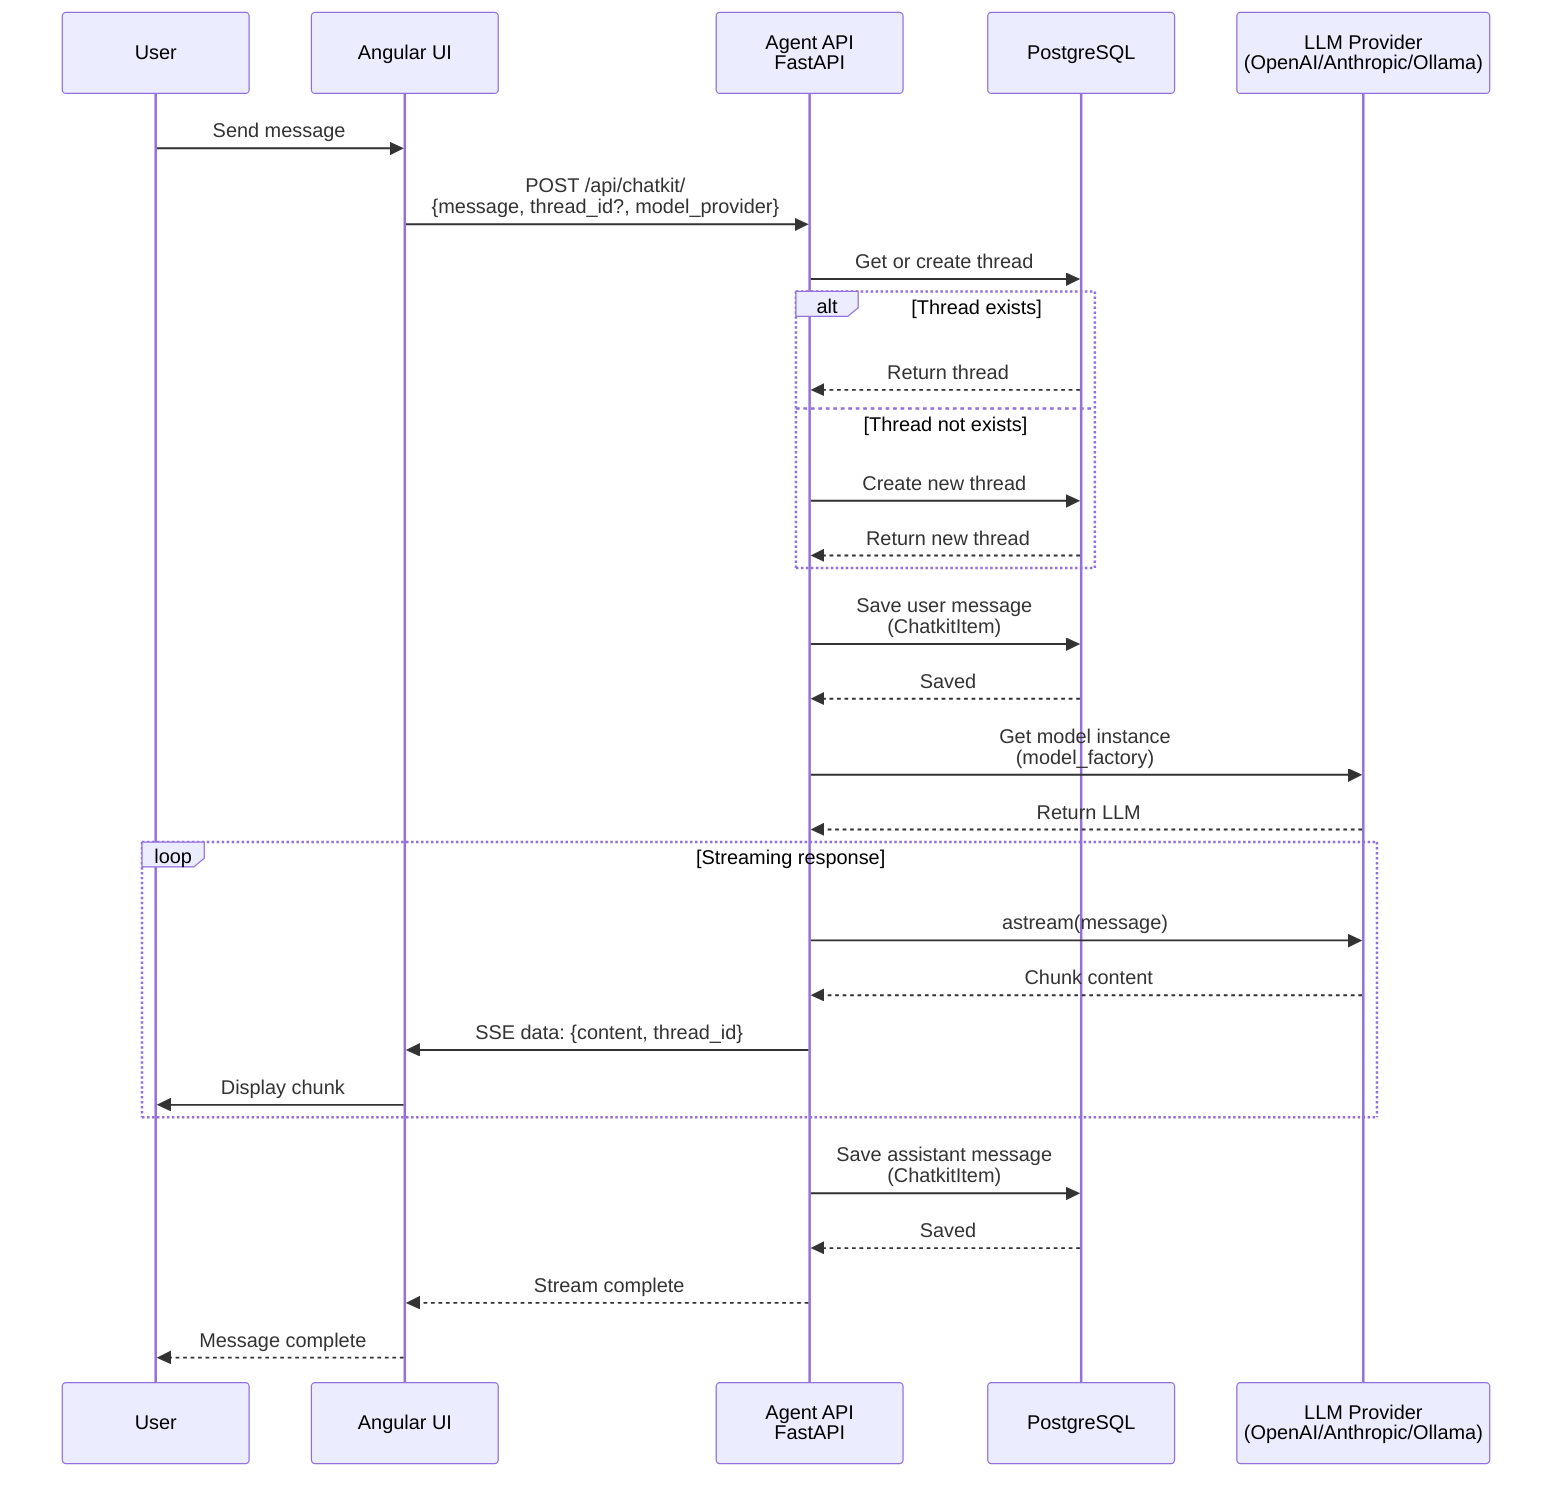
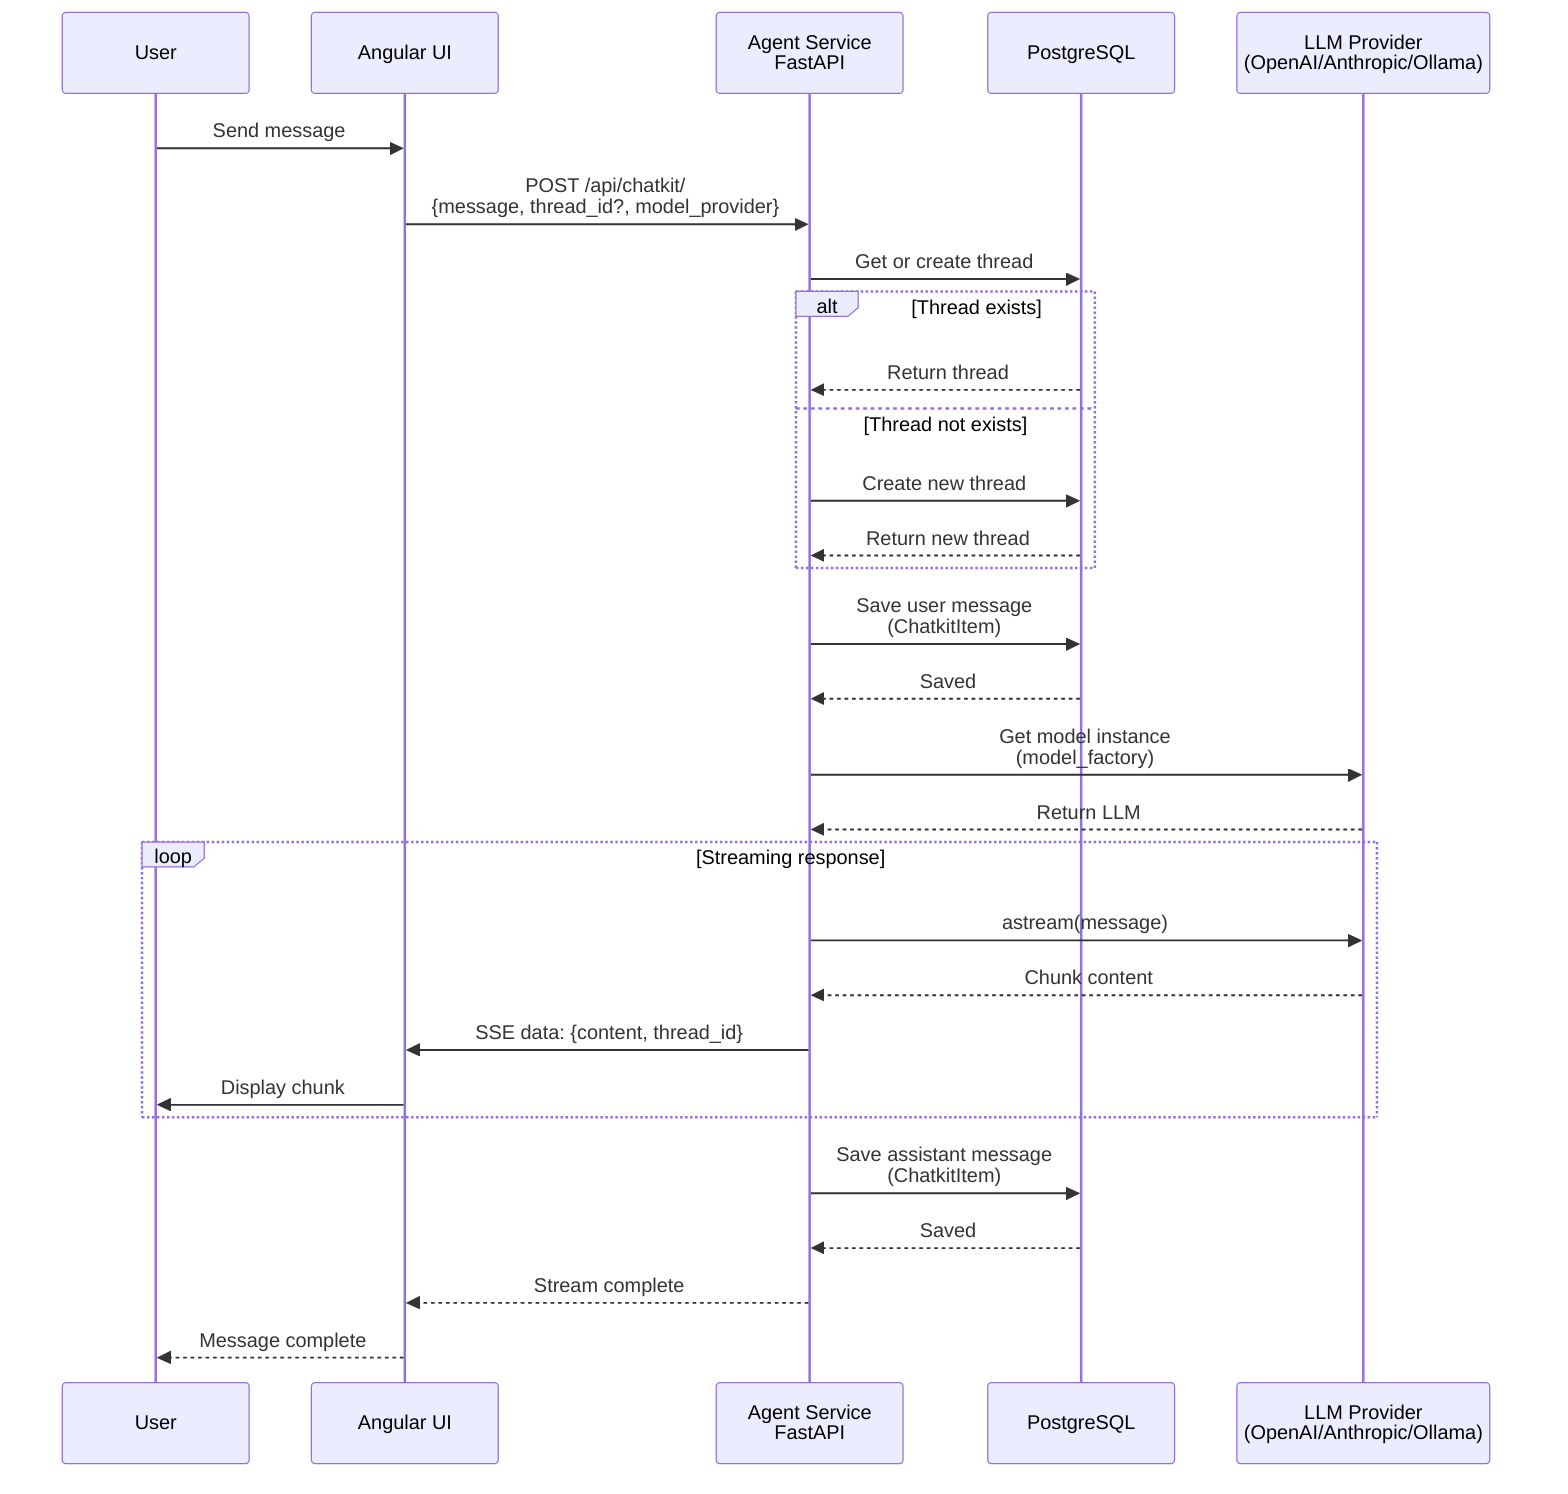
sequenceDiagram
    participant User
    participant WebUI as Angular UI
-     participant AgentAPI as Agent API<br/>FastAPI
+     participant AgentService as Agent Service<br/>FastAPI
    participant PostgreSQL as PostgreSQL
    participant LLM as LLM Provider<br/>(OpenAI/Anthropic/Ollama)

    User->>WebUI: Send message
-     WebUI->>AgentAPI: POST /api/chatkit/<br/>{message, thread_id?, model_provider}
+     WebUI->>AgentService: POST /api/chatkit/<br/>{message, thread_id?, model_provider}

-     AgentAPI->>PostgreSQL: Get or create thread
+     AgentService->>PostgreSQL: Get or create thread
    alt Thread exists
-         PostgreSQL-->>AgentAPI: Return thread
+         PostgreSQL-->>AgentService: Return thread
    else Thread not exists
-         AgentAPI->>PostgreSQL: Create new thread
-         PostgreSQL-->>AgentAPI: Return new thread
+         AgentService->>PostgreSQL: Create new thread
+         PostgreSQL-->>AgentService: Return new thread
    end

-     AgentAPI->>PostgreSQL: Save user message<br/>(ChatkitItem)
-     PostgreSQL-->>AgentAPI: Saved
+     AgentService->>PostgreSQL: Save user message<br/>(ChatkitItem)
+     PostgreSQL-->>AgentService: Saved

-     AgentAPI->>LLM: Get model instance<br/>(model_factory)
-     LLM-->>AgentAPI: Return LLM
+     AgentService->>LLM: Get model instance<br/>(model_factory)
+     LLM-->>AgentService: Return LLM

    loop Streaming response
-         AgentAPI->>LLM: astream(message)
-         LLM-->>AgentAPI: Chunk content
-         AgentAPI->>WebUI: SSE data: {content, thread_id}
+         AgentService->>LLM: astream(message)
+         LLM-->>AgentService: Chunk content
+         AgentService->>WebUI: SSE data: {content, thread_id}
        WebUI->>User: Display chunk
    end

-     AgentAPI->>PostgreSQL: Save assistant message<br/>(ChatkitItem)
-     PostgreSQL-->>AgentAPI: Saved
+     AgentService->>PostgreSQL: Save assistant message<br/>(ChatkitItem)
+     PostgreSQL-->>AgentService: Saved

-     AgentAPI-->>WebUI: Stream complete
+     AgentService-->>WebUI: Stream complete
    WebUI-->>User: Message complete
